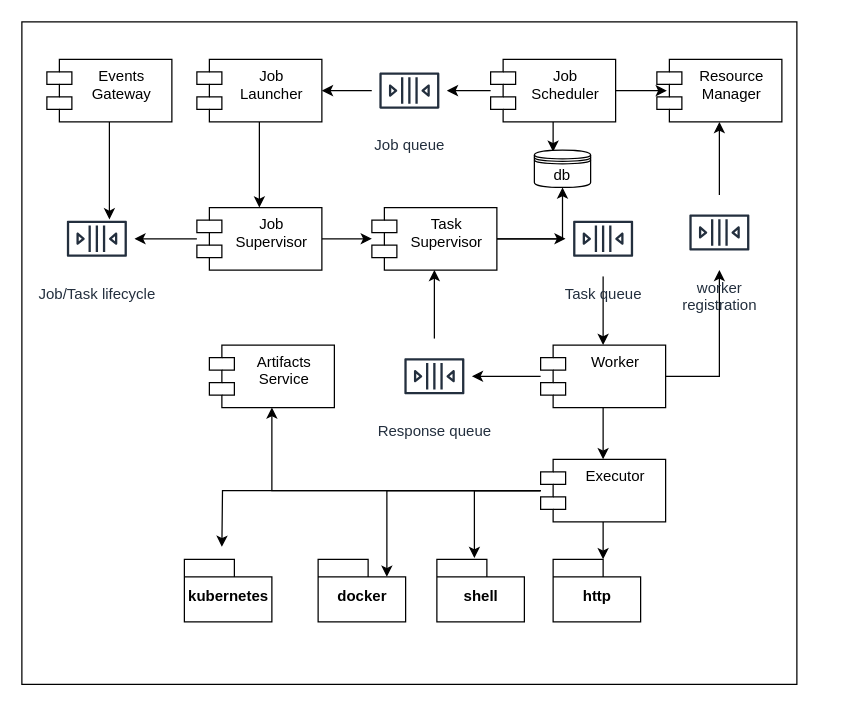
bhatti/Aeron keeps this draw.io diagram as page "Page-2" (2 of 2) of formicary.drawio. Above is the earlier version. Source tidied: cells renumbered, new cells numbered last; positions are measured from the earlier drawing's top-left corner, leaving out a move shared by most shapes. Both pictures are drawn from the tidied source at 125%, with x=0, y=0 at pixel (21, 21).
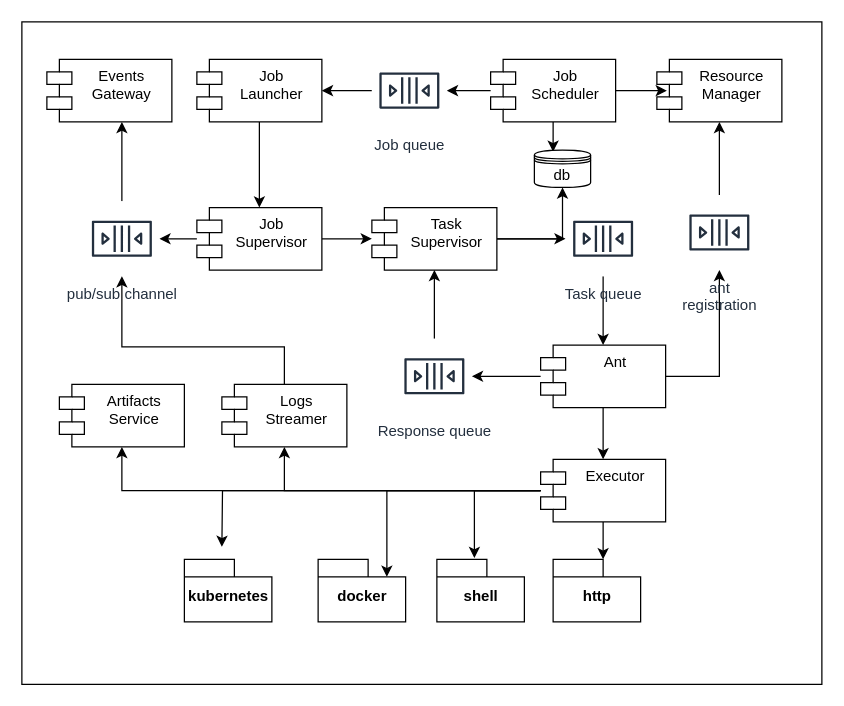
The same diagram, later.

The change refers to these unchanged cells:
```xml
<mxCell id="28" value="Executor" style="shape=module;align=left;spacingLeft=20;align=center;verticalAlign=top;" parent="1" vertex="1">
  <mxGeometry x="415" y="350" width="100" height="50" as="geometry" />
</mxCell>
<mxCell id="38" value="Events&#10;Gateway" style="shape=module;align=left;spacingLeft=20;align=center;verticalAlign=top;" parent="1" vertex="1">
  <mxGeometry x="20" y="30" width="100" height="50" as="geometry" />
</mxCell>
```

What changed in the source:
```diff
@@
     <mxCell id="2" style="rounded=0;whiteSpace=wrap;html=1;" parent="1" vertex="1">
-      <mxGeometry width="620" height="530" as="geometry" />
+      <mxGeometry width="640" height="530" as="geometry" />
     </mxCell>
@@
-    <mxCell id="22" value="Worker" style="shape=module;align=left;spacingLeft=20;align=center;verticalAlign=top;" parent="1" vertex="1">
+    <mxCell id="22" value="Ant" style="shape=module;align=left;spacingLeft=20;align=center;verticalAlign=top;" parent="1" vertex="1">
       <mxGeometry x="415" y="258.5" width="100" height="50" as="geometry" />
     </mxCell>
@@
+    <mxCell id="43" style="edgeStyle=orthogonalEdgeStyle;rounded=0;jettySize=auto;html=1;" parent="1" edge="1" source="28" target="46">
+      <mxGeometry relative="1" as="geometry" />
+    </mxCell>
@@
+    <mxCell id="44" style="edgeStyle=orthogonalEdgeStyle;rounded=0;jettySize=auto;html=1;entryX=0.6;entryY=1;entryDx=0;entryDy=0;entryPerimeter=0;" parent="1" edge="1" source="35" target="38">
+      <mxGeometry relative="1" as="geometry" />
+    </mxCell>
-    <mxCell id="35" value="Job/Task lifecycle" style="outlineConnect=0;fontColor=#232F3E;gradientColor=none;strokeColor=#232F3E;fillColor=#ffffff;dashed=0;verticalLabelPosition=bottom;verticalAlign=top;align=center;html=1;fontSize=12;fontStyle=0;shape=mxgraph.aws4.resourceIcon;resIcon=mxgraph.aws4.queue;" parent="1" vertex="1">
-      <mxGeometry x="30" y="143.5" width="60" height="60" as="geometry" />
+    <mxCell id="35" value="pub/sub channel" style="outlineConnect=0;fontColor=#232F3E;gradientColor=none;strokeColor=#232F3E;fillColor=#ffffff;dashed=0;verticalLabelPosition=bottom;verticalAlign=top;align=center;html=1;fontSize=12;fontStyle=0;shape=mxgraph.aws4.resourceIcon;resIcon=mxgraph.aws4.queue;" parent="1" vertex="1">
+      <mxGeometry x="50" y="143.5" width="60" height="60" as="geometry" />
     </mxCell>
     <mxCell id="36" value="Artifacts&#10;Service" style="shape=module;align=left;spacingLeft=20;align=center;verticalAlign=top;" parent="1" vertex="1">
-      <mxGeometry x="150" y="258.5" width="100" height="50" as="geometry" />
+      <mxGeometry x="30" y="290" width="100" height="50" as="geometry" />
     </mxCell>
-    <mxCell id="37" style="edgeStyle=orthogonalEdgeStyle;rounded=0;jettySize=auto;html=1;entryX=0.667;entryY=0.242;entryDx=0;entryDy=0;entryPerimeter=0;" parent="1" edge="1" source="38" target="35">
-      <mxGeometry relative="1" as="geometry" />
-    </mxCell>
@@
-    <mxCell id="41" value="worker&lt;br&gt;registration" style="outlineConnect=0;fontColor=#232F3E;gradientColor=none;strokeColor=#232F3E;fillColor=#ffffff;dashed=0;verticalLabelPosition=bottom;verticalAlign=top;align=center;html=1;fontSize=12;fontStyle=0;shape=mxgraph.aws4.resourceIcon;resIcon=mxgraph.aws4.queue;" parent="1" vertex="1">
+    <mxCell id="41" value="ant&lt;br&gt;registration" style="outlineConnect=0;fontColor=#232F3E;gradientColor=none;strokeColor=#232F3E;fillColor=#ffffff;dashed=0;verticalLabelPosition=bottom;verticalAlign=top;align=center;html=1;fontSize=12;fontStyle=0;shape=mxgraph.aws4.resourceIcon;resIcon=mxgraph.aws4.queue;" parent="1" vertex="1">
       <mxGeometry x="528" y="138.5" width="60" height="60" as="geometry" />
     </mxCell>
@@
+    <mxCell id="45" style="edgeStyle=orthogonalEdgeStyle;rounded=0;jettySize=auto;html=1;" parent="1" edge="1" source="46" target="35">
+      <mxGeometry relative="1" as="geometry">
+        <Array as="points">
+          <mxPoint x="210" y="260" />
+          <mxPoint x="80" y="260" />
+        </Array>
+      </mxGeometry>
+    </mxCell>
+    <mxCell id="46" value="Logs&#10;Streamer" style="shape=module;align=left;spacingLeft=20;align=center;verticalAlign=top;" parent="1" vertex="1">
+      <mxGeometry x="160" y="290" width="100" height="50" as="geometry" />
+    </mxCell>
```
